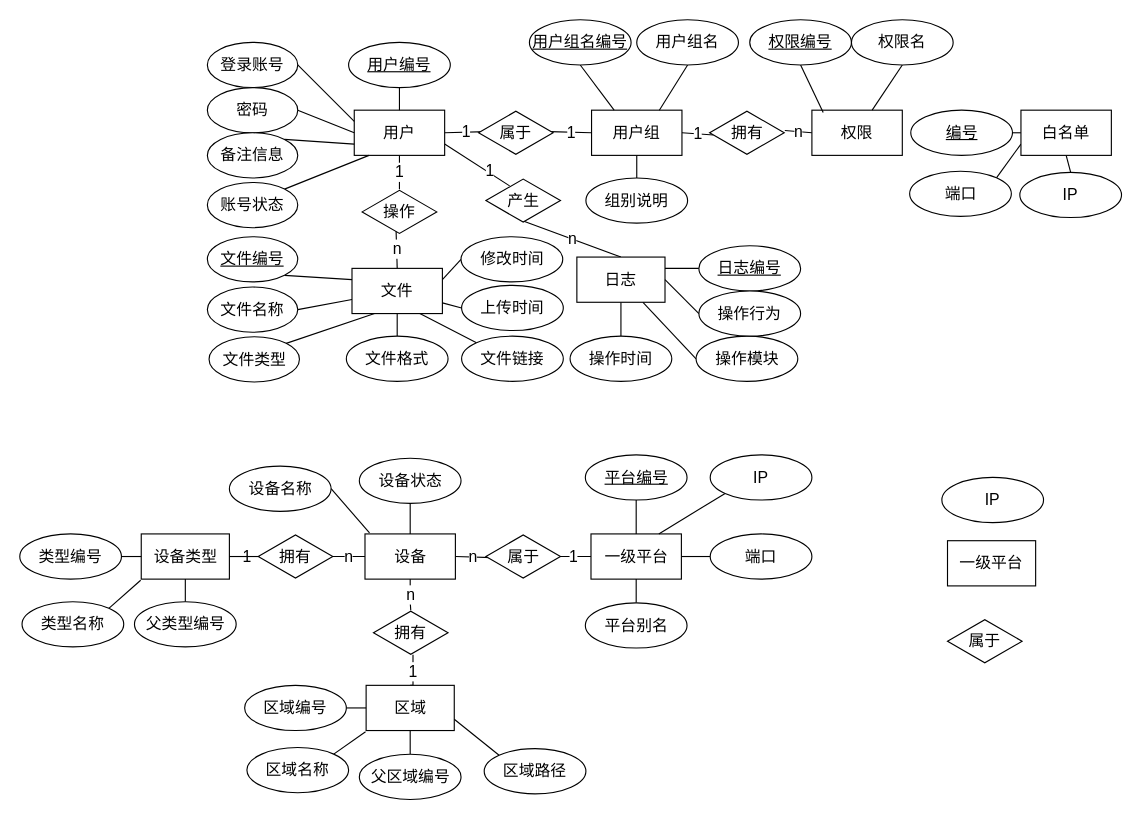
Before: E-R.drawio in waterwatermelon/graph, a draw.io diagram. Source tidied: cells renumbered, new cells numbered last; positions are measured from the earlier drawing's top-left corner, leaving out a move shared by most shapes. Both pictures are drawn from the tidied source at 113%, with x=0, y=0 at pixel (19, 19).
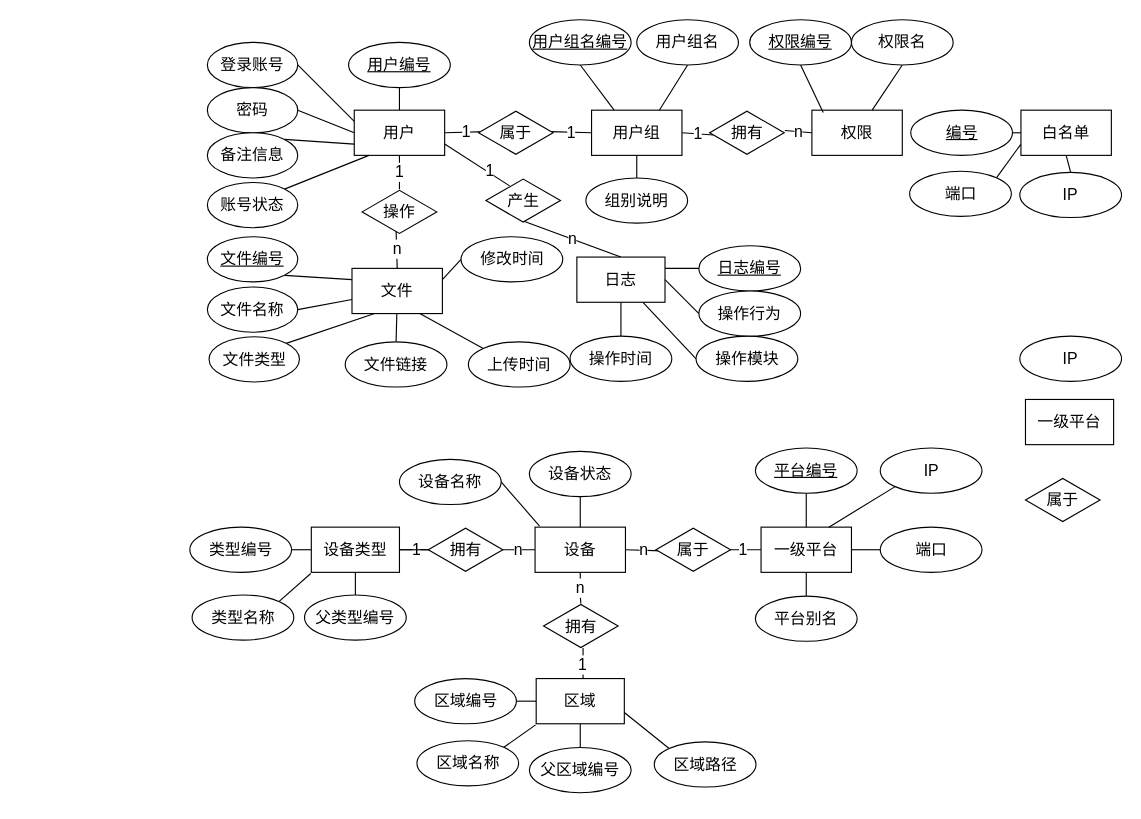
Above is the later version.

The change refers to these unchanged cells:
```xml
<mxCell id="53" value="文件" style="rounded=0;whiteSpace=wrap;html=1;fontSize=14;" parent="1" vertex="1">
  <mxGeometry x="294" y="220" width="80" height="40" as="geometry" />
</mxCell>
```

Change to the diagram source:
```diff
@@
     <mxCell id="31" value="设备" style="rounded=0;whiteSpace=wrap;html=1;fontSize=14;" parent="1" vertex="1">
-      <mxGeometry x="305.5" y="455" width="80" height="40" as="geometry" />
+      <mxGeometry x="456" y="449" width="80" height="40" as="geometry" />
     </mxCell>
@@
     <mxCell id="33" value="一级平台" style="rounded=0;whiteSpace=wrap;html=1;fontSize=14;" parent="1" vertex="1">
-      <mxGeometry x="505.5" y="455" width="80" height="40" as="geometry" />
+      <mxGeometry x="656" y="449" width="80" height="40" as="geometry" />
     </mxCell>
@@
     <mxCell id="35" value="设备名称" style="ellipse;whiteSpace=wrap;html=1;fontSize=14;" parent="1" vertex="1">
-      <mxGeometry x="185.5" y="395" width="90" height="40" as="geometry" />
+      <mxGeometry x="336" y="389" width="90" height="40" as="geometry" />
     </mxCell>
     <mxCell id="36" value="属于" style="html=1;whiteSpace=wrap;shape=isoRectangle;fontSize=14;" parent="1" vertex="1">
-      <mxGeometry x="412.5" y="455" width="66" height="40" as="geometry" />
+      <mxGeometry x="563" y="449" width="66" height="40" as="geometry" />
     </mxCell>
     <mxCell id="37" value="一级平台" style="rounded=0;whiteSpace=wrap;html=1;fontSize=14;" parent="1" vertex="1">
-      <mxGeometry x="821" y="461" width="78" height="40" as="geometry" />
+      <mxGeometry x="890" y="336" width="78" height="40" as="geometry" />
     </mxCell>
@@
     <mxCell id="39" value="&lt;u style=&quot;font-size: 14px;&quot;&gt;平台编号&lt;/u&gt;" style="ellipse;whiteSpace=wrap;html=1;fontSize=14;" parent="1" vertex="1">
-      <mxGeometry x="500.5" y="385" width="90" height="40" as="geometry" />
+      <mxGeometry x="651" y="379" width="90" height="40" as="geometry" />
     </mxCell>
@@
     <mxCell id="41" value="设备状态" style="ellipse;whiteSpace=wrap;html=1;fontSize=14;" parent="1" vertex="1">
-      <mxGeometry x="300.5" y="388" width="90" height="40" as="geometry" />
+      <mxGeometry x="451" y="382" width="90" height="40" as="geometry" />
     </mxCell>
@@
     <mxCell id="43" value="IP" style="ellipse;whiteSpace=wrap;html=1;fontSize=14;" parent="1" vertex="1">
-      <mxGeometry x="611" y="385" width="90" height="40" as="geometry" />
+      <mxGeometry x="761.5" y="379" width="90" height="40" as="geometry" />
     </mxCell>
@@
     <mxCell id="45" value="端口" style="ellipse;whiteSpace=wrap;html=1;fontSize=14;" parent="1" vertex="1">
-      <mxGeometry x="611" y="455" width="90" height="40" as="geometry" />
+      <mxGeometry x="761.5" y="449" width="90" height="40" as="geometry" />
     </mxCell>
@@
     <mxCell id="54" value="IP" style="ellipse;whiteSpace=wrap;html=1;fontSize=14;" parent="1" vertex="1">
-      <mxGeometry x="816" y="405" width="90" height="40" as="geometry" />
+      <mxGeometry x="885" y="280" width="90" height="40" as="geometry" />
     </mxCell>
@@
-    <mxCell id="59" style="edgeStyle=none;rounded=0;jettySize=auto;html=1;exitX=0.5;exitY=0;exitDx=0;exitDy=0;entryX=0.5;entryY=1;entryDx=0;entryDy=0;endArrow=none;endFill=0;fontSize=14;" parent="1" edge="1" source="60" target="53">
-      <mxGeometry relative="1" as="geometry" />
-    </mxCell>
-    <mxCell id="60" value="文件格式" style="ellipse;whiteSpace=wrap;html=1;fontSize=14;" parent="1" vertex="1">
-      <mxGeometry x="289" y="280" width="90" height="40" as="geometry" />
-    </mxCell>
-    <mxCell id="61" style="edgeStyle=none;rounded=0;jettySize=auto;html=1;exitX=0;exitY=0;exitDx=0;exitDy=0;entryX=0.75;entryY=1;entryDx=0;entryDy=0;endArrow=none;endFill=0;fontSize=14;" parent="1" edge="1" source="62" target="53">
+    <mxCell id="61" style="edgeStyle=none;rounded=0;jettySize=auto;html=1;endArrow=none;endFill=0;fontSize=14;" parent="1" edge="1" source="62" target="53">
       <mxGeometry relative="1" as="geometry" />
     </mxCell>
     <mxCell id="62" value="文件链接" style="ellipse;whiteSpace=wrap;html=1;fontSize=14;" parent="1" vertex="1">
-      <mxGeometry x="391" y="280" width="90" height="40" as="geometry" />
+      <mxGeometry x="288" y="285" width="90" height="40" as="geometry" />
     </mxCell>
     <mxCell id="63" value="属于" style="html=1;whiteSpace=wrap;shape=isoRectangle;fontSize=14;" parent="1" vertex="1">
-      <mxGeometry x="821" y="530" width="66" height="40" as="geometry" />
+      <mxGeometry x="890" y="405" width="66" height="40" as="geometry" />
     </mxCell>
@@
-    <mxCell id="74" style="edgeStyle=none;rounded=0;jettySize=auto;html=1;exitX=0;exitY=0.5;exitDx=0;exitDy=0;endArrow=none;endFill=0;fontSize=14;" parent="1" edge="1" source="75" target="53">
+    <mxCell id="74" style="edgeStyle=none;rounded=0;jettySize=auto;html=1;exitX=0;exitY=0;exitDx=0;exitDy=0;entryX=0.75;entryY=1;entryDx=0;entryDy=0;endArrow=none;endFill=0;fontSize=14;" parent="1" edge="1" source="75" target="53">
       <mxGeometry relative="1" as="geometry" />
     </mxCell>
     <mxCell id="75" value="上传时间" style="ellipse;whiteSpace=wrap;html=1;fontSize=14;" parent="1" vertex="1">
-      <mxGeometry x="391" y="235" width="90" height="40" as="geometry" />
+      <mxGeometry x="397" y="285" width="90" height="40" as="geometry" />
     </mxCell>
@@
     <mxCell id="79" value="区域" style="rounded=0;whiteSpace=wrap;html=1;fontSize=14;" parent="1" vertex="1">
-      <mxGeometry x="306.5" y="589" width="78" height="40" as="geometry" />
+      <mxGeometry x="457" y="583" width="78" height="40" as="geometry" />
     </mxCell>
     <mxCell id="80" value="拥有" style="html=1;whiteSpace=wrap;shape=isoRectangle;fontSize=14;" parent="1" vertex="1">
-      <mxGeometry x="313" y="522.5" width="66" height="40" as="geometry" />
+      <mxGeometry x="463.5" y="516.5" width="66" height="40" as="geometry" />
     </mxCell>
@@
     <mxCell id="82" value="区域编号" style="ellipse;whiteSpace=wrap;html=1;fontSize=14;" parent="1" vertex="1">
-      <mxGeometry x="199" y="589" width="90" height="40" as="geometry" />
+      <mxGeometry x="349.5" y="583" width="90" height="40" as="geometry" />
     </mxCell>
     <mxCell id="83" style="edgeStyle=none;rounded=0;jettySize=auto;html=1;exitX=1;exitY=0;exitDx=0;exitDy=0;endArrow=none;endFill=0;fontSize=14;" parent="1" edge="1" source="84">
       <mxGeometry relative="1" as="geometry">
-        <mxPoint x="306" y="630" as="targetPoint" />
+        <mxPoint x="456.5" y="624" as="targetPoint" />
       </mxGeometry>
     </mxCell>
     <mxCell id="84" value="区域名称" style="ellipse;whiteSpace=wrap;html=1;fontSize=14;" parent="1" vertex="1">
-      <mxGeometry x="201" y="644" width="90" height="40" as="geometry" />
+      <mxGeometry x="351.5" y="638" width="90" height="40" as="geometry" />
     </mxCell>
@@
     <mxCell id="86" value="父区域编号" style="ellipse;whiteSpace=wrap;html=1;fontSize=14;" parent="1" vertex="1">
-      <mxGeometry x="300.5" y="650" width="90" height="40" as="geometry" />
+      <mxGeometry x="451" y="644" width="90" height="40" as="geometry" />
     </mxCell>
@@
     <mxCell id="88" value="区域路径" style="ellipse;whiteSpace=wrap;html=1;fontSize=14;" parent="1" vertex="1">
-      <mxGeometry x="411" y="645" width="90" height="40" as="geometry" />
+      <mxGeometry x="561.5" y="639" width="90" height="40" as="geometry" />
     </mxCell>
@@
     <mxCell id="99" value="平台别名" style="ellipse;whiteSpace=wrap;html=1;fontSize=14;" parent="1" vertex="1">
-      <mxGeometry x="500.5" y="516" width="90" height="40" as="geometry" />
+      <mxGeometry x="651" y="510" width="90" height="40" as="geometry" />
     </mxCell>
@@
     <mxCell id="103" value="设备类型" style="rounded=0;whiteSpace=wrap;html=1;fontSize=14;" parent="1" vertex="1">
-      <mxGeometry x="107.5" y="455" width="78" height="40" as="geometry" />
+      <mxGeometry x="258" y="449" width="78" height="40" as="geometry" />
     </mxCell>
@@
     <mxCell id="105" value="类型编号" style="ellipse;whiteSpace=wrap;html=1;fontSize=14;" parent="1" vertex="1">
-      <mxGeometry y="455" width="90" height="40" as="geometry" />
+      <mxGeometry x="150.5" y="449" width="90" height="40" as="geometry" />
     </mxCell>
     <mxCell id="106" style="edgeStyle=none;rounded=0;jettySize=auto;html=1;exitX=1;exitY=0;exitDx=0;exitDy=0;endArrow=none;endFill=0;fontSize=14;" parent="1" edge="1" source="107">
       <mxGeometry relative="1" as="geometry">
-        <mxPoint x="107" y="496" as="targetPoint" />
+        <mxPoint x="257.5" y="490" as="targetPoint" />
       </mxGeometry>
     </mxCell>
     <mxCell id="107" value="类型名称" style="ellipse;whiteSpace=wrap;html=1;fontSize=14;" parent="1" vertex="1">
-      <mxGeometry x="2" y="515" width="90" height="40" as="geometry" />
+      <mxGeometry x="152.5" y="509" width="90" height="40" as="geometry" />
     </mxCell>
@@
     <mxCell id="109" value="拥有" style="html=1;whiteSpace=wrap;shape=isoRectangle;fontSize=14;" parent="1" vertex="1">
-      <mxGeometry x="211" y="455" width="66" height="40" as="geometry" />
+      <mxGeometry x="361.5" y="449" width="66" height="40" as="geometry" />
     </mxCell>
@@
     <mxCell id="111" value="父类型编号" style="ellipse;whiteSpace=wrap;html=1;fontSize=14;" parent="1" vertex="1">
-      <mxGeometry x="101.5" y="515" width="90" height="40" as="geometry" />
+      <mxGeometry x="252" y="509" width="90" height="40" as="geometry" />
     </mxCell>
```
